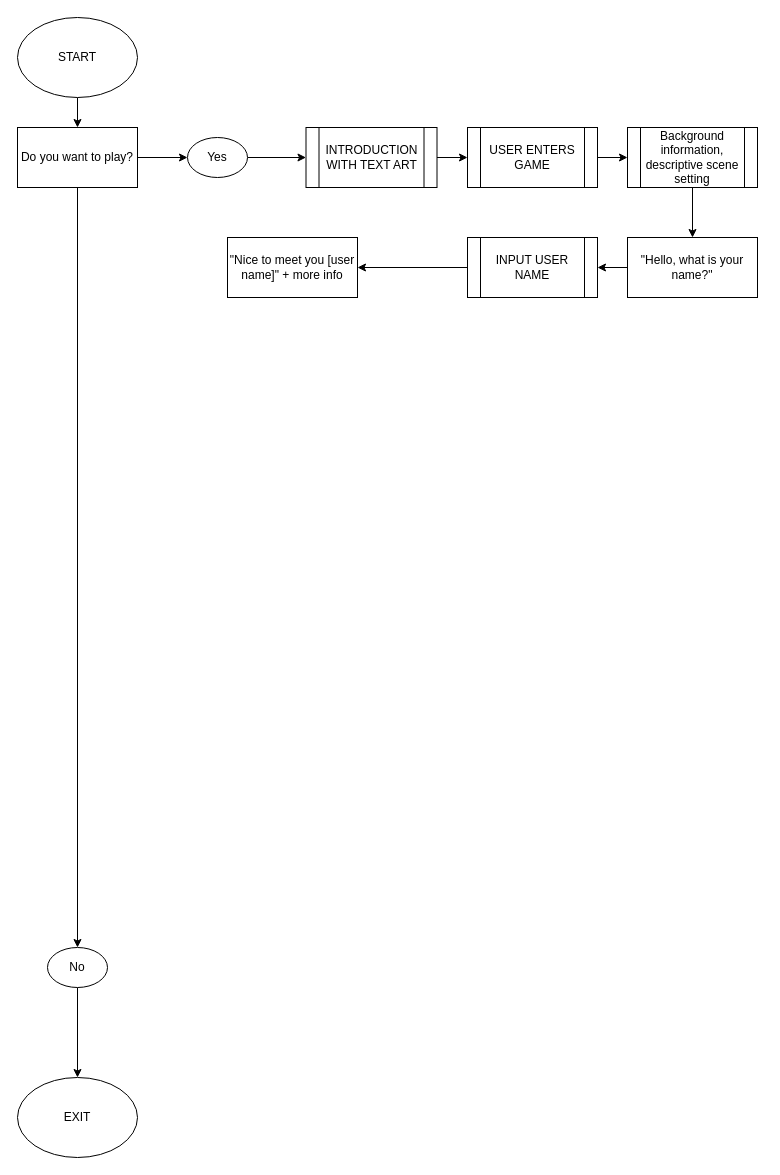
Chloeem/codenation keeps this draw.io diagram as Game flowchart.drawio. Above is the earlier version. Source tidied: cells renumbered, new cells numbered last; positions are measured from the earlier drawing's top-left corner, leaving out a move shared by most shapes. Both pictures are drawn from the tidied source at 100%, with x=0, y=0 at pixel (17, 17).
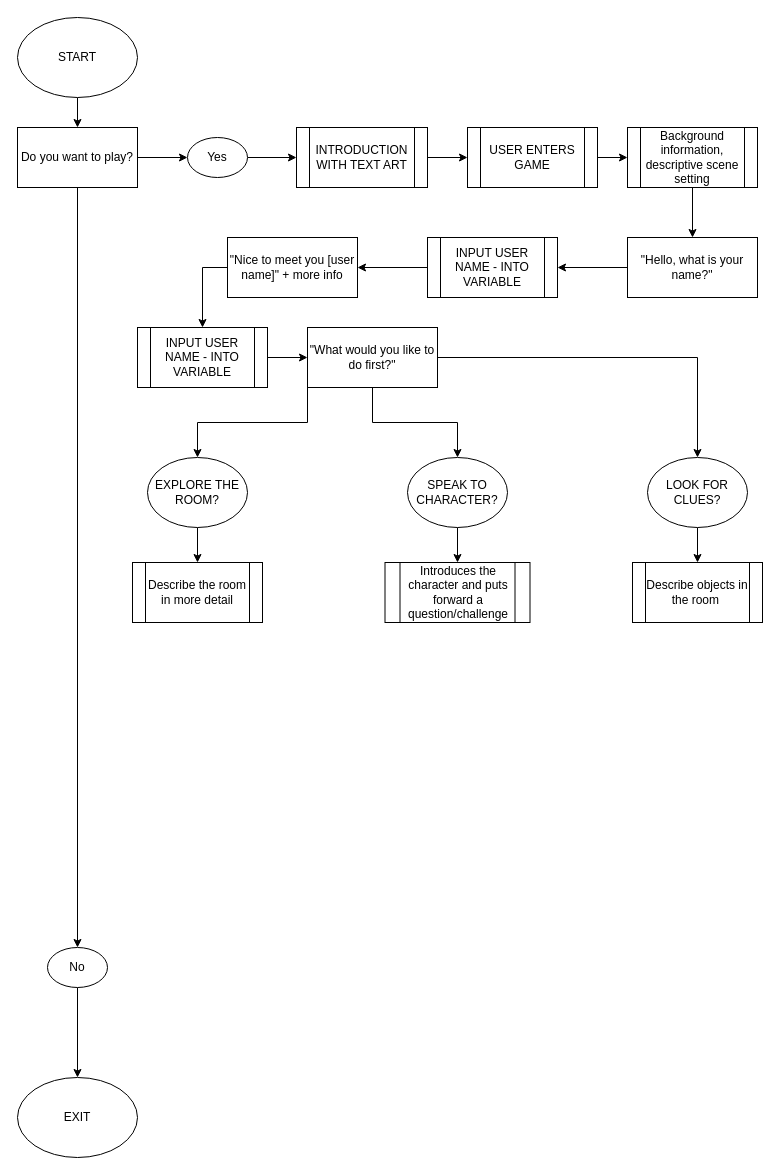
Above is the later version.

The change refers to these unchanged cells:
```xml
<mxCell id="22" value="&quot;Nice to meet you [user name]&quot; + more info" style="rounded=0;whiteSpace=wrap;html=1;" parent="1" vertex="1">
  <mxGeometry x="210" y="220" width="130" height="60" as="geometry" />
</mxCell>
```

Diff of the diagram source:
```diff
@@
     <mxCell id="15" value="INTRODUCTION WITH TEXT ART" style="shape=process;whiteSpace=wrap;html=1;backgroundOutline=1;" parent="1" vertex="1">
-      <mxGeometry x="288.5" y="110" width="131" height="60" as="geometry" />
+      <mxGeometry x="279" y="110" width="131" height="60" as="geometry" />
     </mxCell>
@@
-    <mxCell id="21" value="INPUT USER NAME" style="shape=process;whiteSpace=wrap;html=1;backgroundOutline=1;" parent="1" vertex="1">
-      <mxGeometry x="450" y="220" width="130" height="60" as="geometry" />
+    <mxCell id="21" value="INPUT USER NAME - INTO VARIABLE" style="shape=process;whiteSpace=wrap;html=1;backgroundOutline=1;" parent="1" vertex="1">
+      <mxGeometry x="410" y="220" width="130" height="60" as="geometry" />
     </mxCell>
+    <mxCell id="23" style="edgeStyle=orthogonalEdgeStyle;rounded=0;jettySize=auto;html=1;exitX=0;exitY=0.5;exitDx=0;exitDy=0;" parent="1" edge="1" source="22" target="31">
+      <mxGeometry relative="1" as="geometry" />
+    </mxCell>
@@
+    <mxCell id="24" style="edgeStyle=orthogonalEdgeStyle;rounded=0;jettySize=auto;html=1;exitX=0.5;exitY=1;exitDx=0;exitDy=0;" parent="1" edge="1" source="25" target="36">
+      <mxGeometry relative="1" as="geometry" />
+    </mxCell>
+    <mxCell id="25" value="EXPLORE THE ROOM?" style="ellipse;whiteSpace=wrap;html=1;rounded=0;" parent="1" vertex="1">
+      <mxGeometry x="130" y="440" width="100" height="70" as="geometry" />
+    </mxCell>
+    <mxCell id="26" style="edgeStyle=orthogonalEdgeStyle;rounded=0;jettySize=auto;html=1;exitX=0.5;exitY=1;exitDx=0;exitDy=0;entryX=0.5;entryY=0;entryDx=0;entryDy=0;" parent="1" edge="1" source="27" target="37">
+      <mxGeometry relative="1" as="geometry" />
+    </mxCell>
+    <mxCell id="27" value="SPEAK TO CHARACTER?" style="ellipse;whiteSpace=wrap;html=1;rounded=0;" parent="1" vertex="1">
+      <mxGeometry x="390" y="440" width="100" height="70" as="geometry" />
+    </mxCell>
+    <mxCell id="28" style="edgeStyle=orthogonalEdgeStyle;rounded=0;jettySize=auto;html=1;exitX=0.5;exitY=1;exitDx=0;exitDy=0;" parent="1" edge="1" source="29" target="38">
+      <mxGeometry relative="1" as="geometry" />
+    </mxCell>
+    <mxCell id="29" value="LOOK FOR CLUES?" style="ellipse;whiteSpace=wrap;html=1;rounded=0;" parent="1" vertex="1">
+      <mxGeometry x="630" y="440" width="100" height="70" as="geometry" />
+    </mxCell>
+    <mxCell id="30" style="edgeStyle=orthogonalEdgeStyle;rounded=0;jettySize=auto;html=1;" parent="1" edge="1" source="31" target="35">
+      <mxGeometry relative="1" as="geometry" />
+    </mxCell>
+    <mxCell id="31" value="INPUT USER NAME - INTO VARIABLE" style="shape=process;whiteSpace=wrap;html=1;backgroundOutline=1;" parent="1" vertex="1">
+      <mxGeometry x="120" y="310" width="130" height="60" as="geometry" />
+    </mxCell>
+    <mxCell id="32" style="edgeStyle=orthogonalEdgeStyle;rounded=0;jettySize=auto;html=1;exitX=0;exitY=1;exitDx=0;exitDy=0;" parent="1" edge="1" source="35" target="25">
+      <mxGeometry relative="1" as="geometry" />
+    </mxCell>
+    <mxCell id="33" style="edgeStyle=orthogonalEdgeStyle;rounded=0;jettySize=auto;html=1;exitX=0.5;exitY=1;exitDx=0;exitDy=0;entryX=0.5;entryY=0;entryDx=0;entryDy=0;" parent="1" edge="1" source="35" target="27">
+      <mxGeometry relative="1" as="geometry" />
+    </mxCell>
+    <mxCell id="34" style="edgeStyle=orthogonalEdgeStyle;rounded=0;jettySize=auto;html=1;exitX=1;exitY=0.5;exitDx=0;exitDy=0;entryX=0.5;entryY=0;entryDx=0;entryDy=0;" parent="1" edge="1" source="35" target="29">
+      <mxGeometry relative="1" as="geometry" />
+    </mxCell>
+    <mxCell id="35" value="&quot;What would you like to do first?&quot;" style="rounded=0;whiteSpace=wrap;html=1;" parent="1" vertex="1">
+      <mxGeometry x="290" y="310" width="130" height="60" as="geometry" />
+    </mxCell>
+    <mxCell id="36" value="Describe the room in more detail" style="shape=process;whiteSpace=wrap;html=1;backgroundOutline=1;" parent="1" vertex="1">
+      <mxGeometry x="115" y="545" width="130" height="60" as="geometry" />
+    </mxCell>
+    <mxCell id="37" value="Introduces the character and puts forward a question/challenge" style="shape=process;whiteSpace=wrap;html=1;backgroundOutline=1;" parent="1" vertex="1">
+      <mxGeometry x="367.5" y="545" width="145" height="60" as="geometry" />
+    </mxCell>
+    <mxCell id="38" value="Describe objects in the room&amp;nbsp;" style="shape=process;whiteSpace=wrap;html=1;backgroundOutline=1;" parent="1" vertex="1">
+      <mxGeometry x="615" y="545" width="130" height="60" as="geometry" />
+    </mxCell>
```
